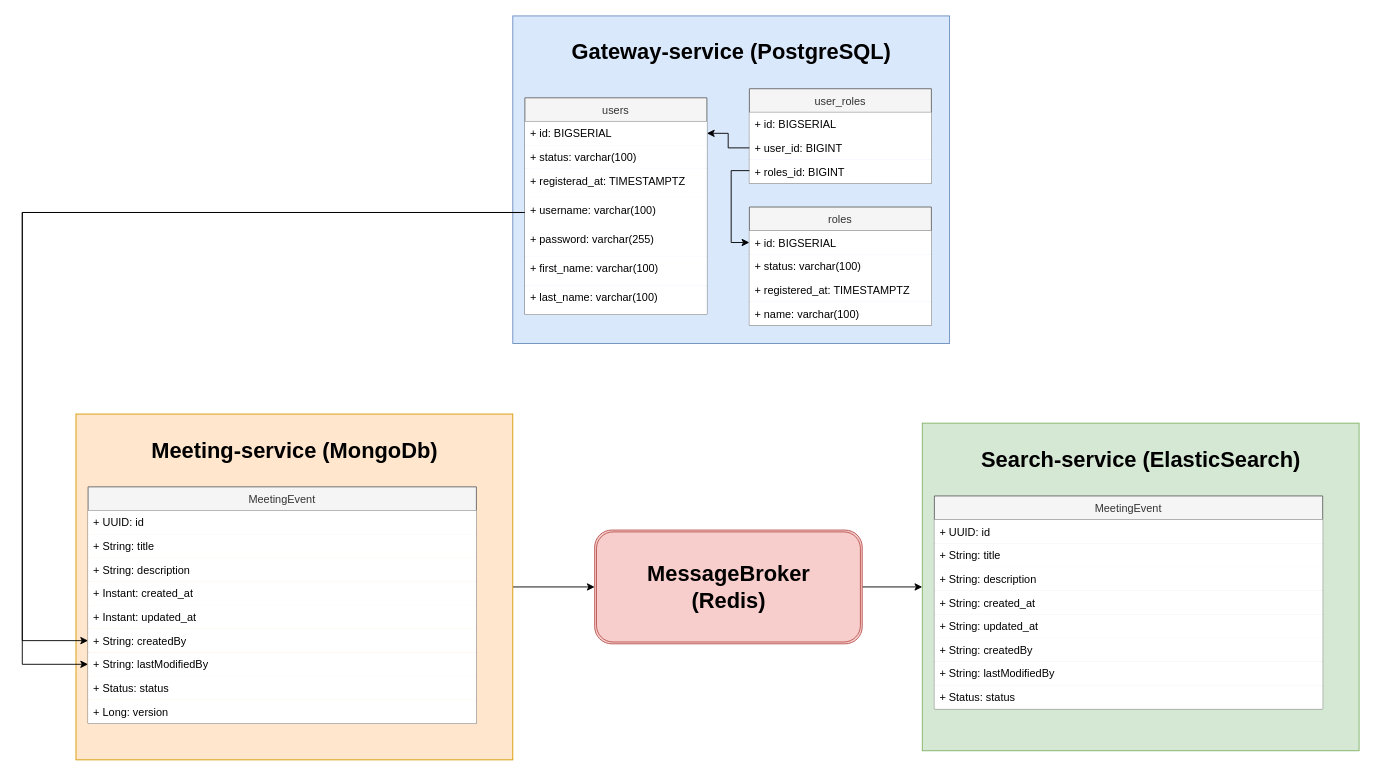
Earlier version of the draw.io diagram Untitled Diagram.drawio (DimaZet/meeting). Source tidied: cells renumbered, new cells numbered last; positions are measured from the earlier drawing's top-left corner, leaving out a move shared by most shapes. Both pictures are drawn from the tidied source at 91%, with x=0, y=0 at pixel (22, 15).
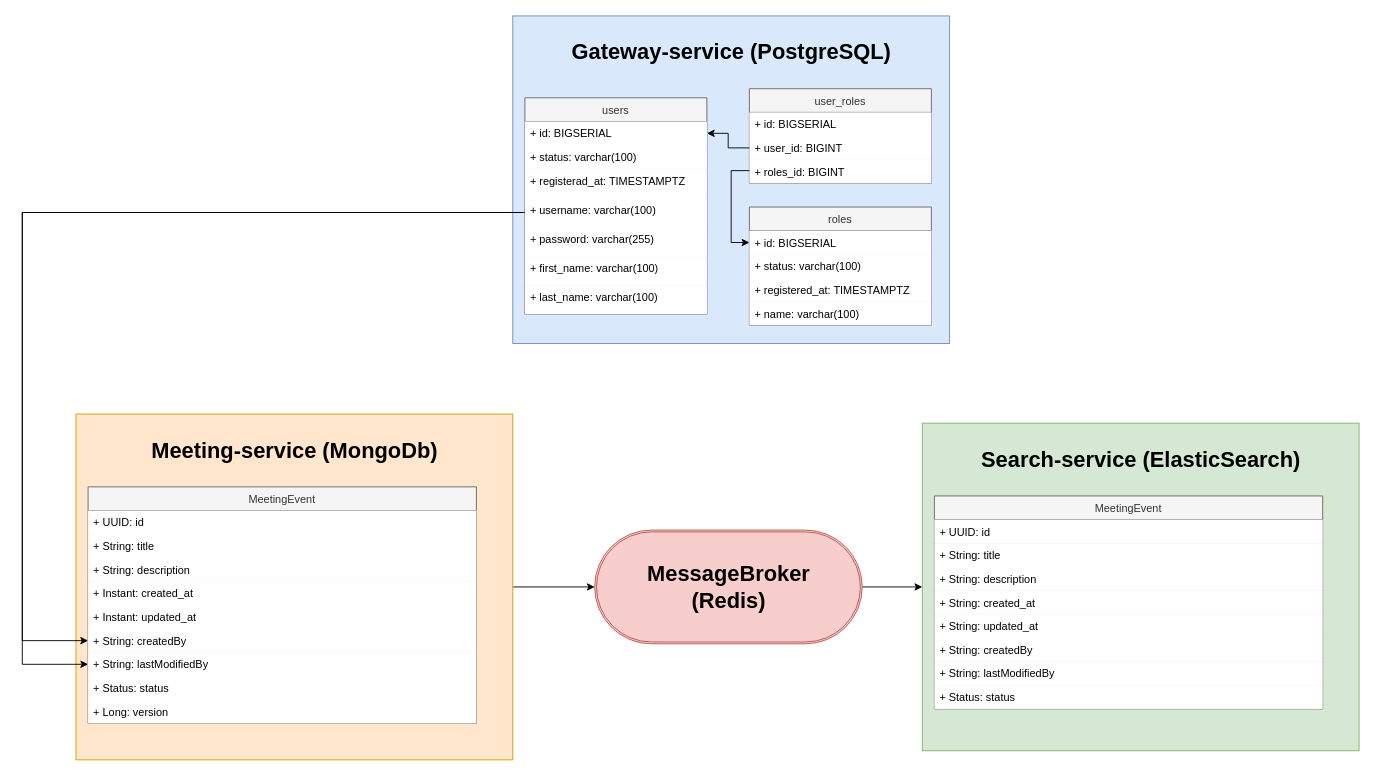
The same page after the edit.

The edit, as a diff of the source:
```diff
@@
-    <mxCell id="48" style="shape=ext;double=1;rounded=1;whiteSpace=wrap;html=1;fillColor=#f8cecc;strokeColor=#b85450;" parent="1" vertex="1">
+    <mxCell id="48" style="shape=ext;double=1;rounded=1;whiteSpace=wrap;html=1;fillColor=#f8cecc;strokeColor=#b85450;arcSize=50;" parent="1" vertex="1">
       <mxGeometry x="629" y="565" width="294" height="125" as="geometry" />
     </mxCell>
```
